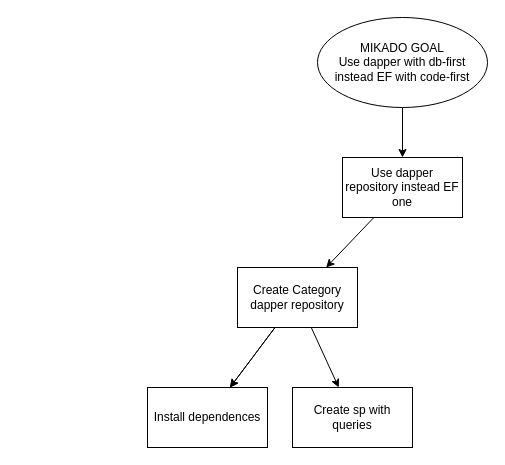
The draw.io diagram Docs/Diagrams/MikadoGraphs/dapper_migration.drawio in Camilo716/Customized-Expense-Manager, before the edit. Source tidied: cells renumbered, new cells numbered last; positions are measured from the earlier drawing's top-left corner, leaving out a move shared by most shapes. Both pictures are drawn from the tidied source at 100%, with x=0, y=0 at pixel (147, 17).
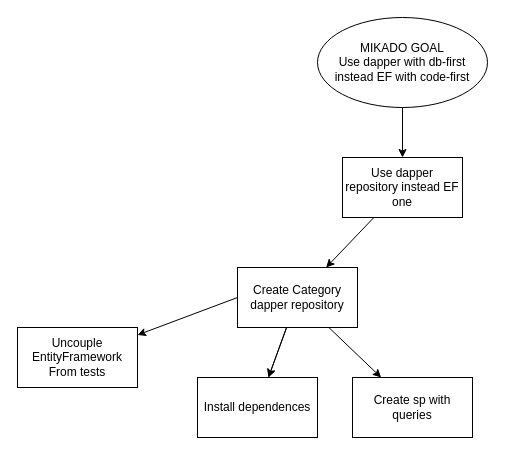
The same diagram, later.

Commit message:
update mikado graph

What changed in the source:
```diff
@@
 <mxGraphModel>
   <root>
     <mxCell id="0" />
     <mxCell id="1" parent="0" />
     <mxCell id="2" style="edgeStyle=none;html=1;" parent="1" edge="1" source="3" target="5">
       <mxGeometry relative="1" as="geometry" />
     </mxCell>
     <mxCell id="3" value="MIKADO GOAL&lt;br&gt;Use dapper with db-first instead EF with code-first" style="ellipse;whiteSpace=wrap;html=1;" parent="1" vertex="1">
       <mxGeometry x="170" width="170" height="90" as="geometry" />
     </mxCell>
     <mxCell id="4" style="edgeStyle=none;html=1;" parent="1" edge="1" source="5" target="9">
       <mxGeometry relative="1" as="geometry" />
     </mxCell>
     <mxCell id="5" value="Use dapper repository instead EF one" style="whiteSpace=wrap;html=1;" parent="1" vertex="1">
       <mxGeometry x="195" y="140" width="120" height="60" as="geometry" />
     </mxCell>
     <mxCell id="6" style="edgeStyle=none;html=1;" parent="1" edge="1" source="9" target="10">
       <mxGeometry relative="1" as="geometry" />
     </mxCell>
     <mxCell id="7" style="edgeStyle=none;html=1;" parent="1" edge="1" source="9" target="10">
       <mxGeometry relative="1" as="geometry" />
     </mxCell>
     <mxCell id="8" style="edgeStyle=none;html=1;" parent="1" edge="1" source="9" target="11">
       <mxGeometry relative="1" as="geometry" />
     </mxCell>
+    <mxCell id="12" style="edgeStyle=none;html=1;exitX=0;exitY=0.5;exitDx=0;exitDy=0;" parent="1" edge="1" source="9" target="13">
+      <mxGeometry relative="1" as="geometry" />
+    </mxCell>
     <mxCell id="9" value="Create Category dapper repository" style="whiteSpace=wrap;html=1;" parent="1" vertex="1">
       <mxGeometry x="90" y="250" width="120" height="60" as="geometry" />
     </mxCell>
     <mxCell id="10" value="Install dependences&lt;br&gt;" style="whiteSpace=wrap;html=1;" parent="1" vertex="1">
-      <mxGeometry y="370" width="120" height="60" as="geometry" />
+      <mxGeometry x="50" y="360" width="120" height="60" as="geometry" />
     </mxCell>
     <mxCell id="11" value="Create sp with queries&lt;br&gt;" style="whiteSpace=wrap;html=1;" parent="1" vertex="1">
-      <mxGeometry x="145" y="370" width="120" height="60" as="geometry" />
+      <mxGeometry x="205" y="360" width="120" height="60" as="geometry" />
     </mxCell>
+    <mxCell id="13" value="Uncouple EntityFramework From tests" style="rounded=0;whiteSpace=wrap;html=1;" parent="1" vertex="1">
+      <mxGeometry x="-130" y="310" width="120" height="60" as="geometry" />
+    </mxCell>
   </root>
 </mxGraphModel>
```
